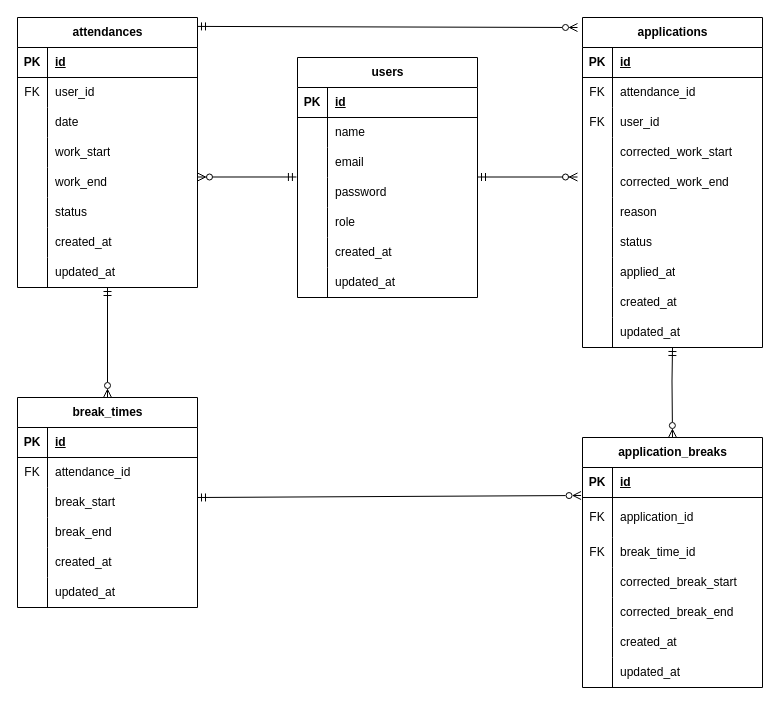
Before: er-diagram.drawio in kokoro28k/attendance-app, a draw.io diagram. Source tidied: cells renumbered, new cells numbered last; positions are measured from the earlier drawing's top-left corner, leaving out a move shared by most shapes. Both pictures are drawn from the tidied source at 100%, with x=0, y=0 at pixel (17, 17).
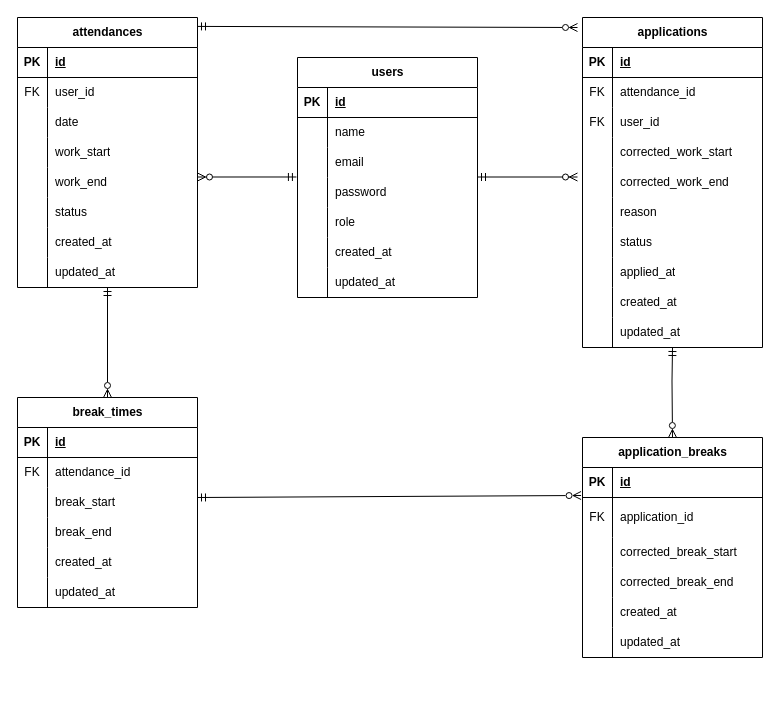
Above is the later version.

The edit, as a diff of the source:
```diff
@@
-<mxGraphModel>
+<mxGraphModel background="#FFFFFF">
@@
     <mxCell id="99" value="application_breaks" style="shape=table;startSize=30;childLayout=tableLayout;rowLines=0;fontStyle=1;align=center;html=1;" parent="1" vertex="1">
-      <mxGeometry x="565" y="420" width="180" height="250" as="geometry" />
+      <mxGeometry x="565" y="420" width="180" height="220" as="geometry" />
     </mxCell>
@@
-    <mxCell id="106" style="shape=tableRow;horizontal=0;startSize=0;swimlaneHead=0;swimlaneBody=0;fillColor=none;top=0;left=0;right=0;bottom=0;" parent="99" vertex="1">
-      <mxGeometry y="100" width="180" height="30" as="geometry" />
-    </mxCell>
-    <mxCell id="107" value="FK" style="shape=partialRectangle;fillColor=none;top=0;left=0;bottom=0;right=0;overflow=hidden;whiteSpace=wrap;html=1;" parent="106" vertex="1">
-      <mxGeometry width="30" height="30" as="geometry" />
-    </mxCell>
-    <mxCell id="108" value="break_time_id" style="shape=partialRectangle;fillColor=none;top=0;left=0;bottom=0;right=0;align=left;spacingLeft=6;overflow=hidden;whiteSpace=wrap;html=1;" parent="106" vertex="1">
-      <mxGeometry x="30" width="150" height="30" as="geometry" />
-    </mxCell>
     <mxCell id="109" style="shape=tableRow;horizontal=0;startSize=0;swimlaneHead=0;swimlaneBody=0;fillColor=none;top=0;left=0;right=0;bottom=0;" parent="99" vertex="1">
-      <mxGeometry y="130" width="180" height="30" as="geometry" />
+      <mxGeometry y="100" width="180" height="30" as="geometry" />
     </mxCell>
@@
     <mxCell id="112" style="shape=tableRow;horizontal=0;startSize=0;swimlaneHead=0;swimlaneBody=0;fillColor=none;top=0;left=0;right=0;bottom=0;" parent="99" vertex="1">
-      <mxGeometry y="160" width="180" height="30" as="geometry" />
+      <mxGeometry y="130" width="180" height="30" as="geometry" />
     </mxCell>
@@
     <mxCell id="115" style="shape=tableRow;horizontal=0;startSize=0;swimlaneHead=0;swimlaneBody=0;fillColor=none;top=0;left=0;right=0;bottom=0;" parent="99" vertex="1">
-      <mxGeometry y="190" width="180" height="30" as="geometry" />
+      <mxGeometry y="160" width="180" height="30" as="geometry" />
     </mxCell>
@@
     <mxCell id="118" style="shape=tableRow;horizontal=0;startSize=0;swimlaneHead=0;swimlaneBody=0;fillColor=none;top=0;left=0;right=0;bottom=0;" parent="99" vertex="1">
-      <mxGeometry y="220" width="180" height="30" as="geometry" />
+      <mxGeometry y="190" width="180" height="30" as="geometry" />
     </mxCell>
```
